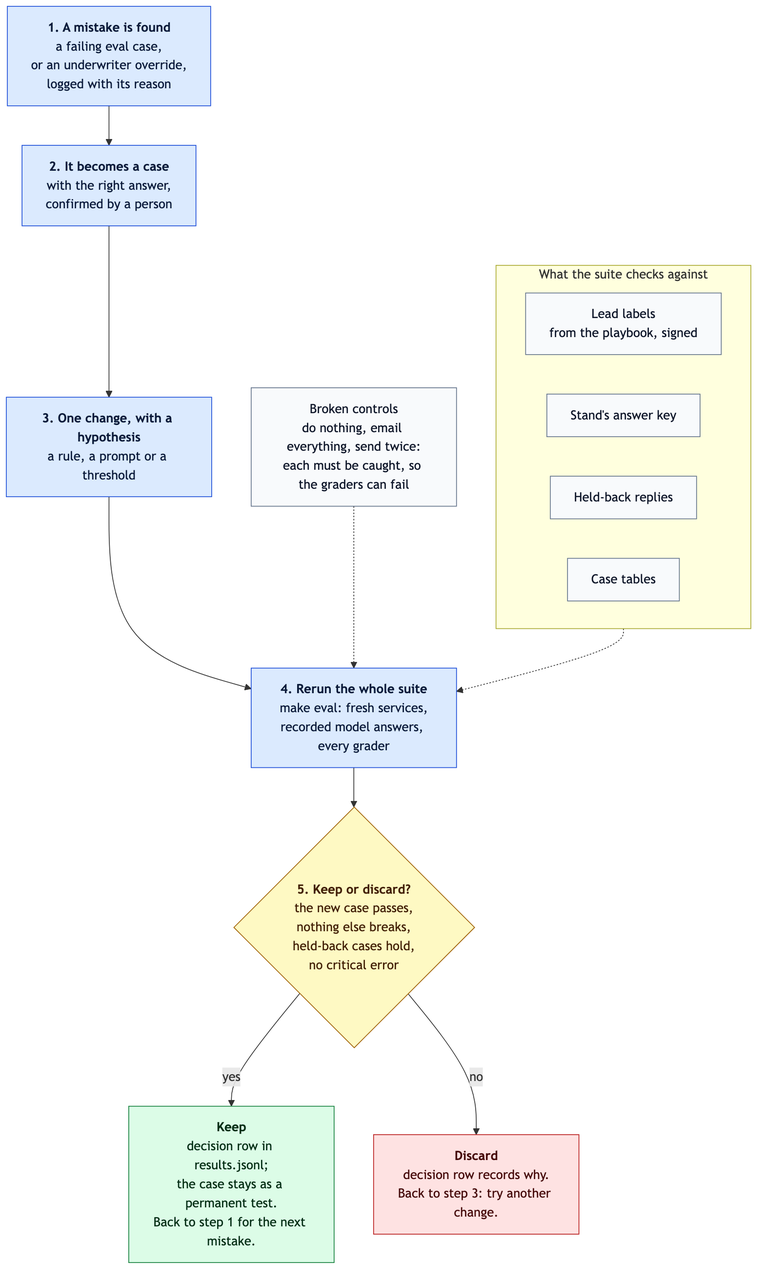
Earlier version of the Mermaid export docs/diagrams/03-eval-loop.png (bcornick/cornick-stand-takehome-assessment-submission). Its source is kept beside it as docs/diagrams/03-eval-loop.mmd. Source of this version:
```mermaid
flowchart TB
    M["<b>1. A mistake is found</b><br/>a failing eval case,<br/>or an underwriter override,<br/>logged with its reason"]
    C["<b>2. It becomes a case</b><br/>with the right answer,<br/>confirmed by a person"]
    H["<b>3. One change, with a hypothesis</b><br/>a rule, a prompt or a threshold"]
    R["<b>4. Rerun the whole suite</b><br/>make eval: fresh services,<br/>recorded model answers, every grader"]
    G{"<b>5. Keep or discard?</b><br/>the new case passes,<br/>nothing else breaks,<br/>held-back cases hold,<br/>no critical error"}
    K["<b>Keep</b><br/>decision row in results.jsonl;<br/>the case stays as a permanent test.<br/>Back to step 1 for the next mistake."]
    D["<b>Discard</b><br/>decision row records why.<br/>Back to step 3: try another change."]

    M --> C --> H --> R --> G
    G -- "yes" --> K
    G -- "no" --> D

    subgraph TRUTH["What the suite checks against"]
        direction LR
        L["Lead labels<br/>from the playbook, signed"]
        A["Stand's answer key"]
        HB["Held-back replies"]
        CT["Case tables"]
    end

    CTRL["Broken controls<br/>do nothing, email everything, send twice:<br/>each must be caught, so the graders can fail"]

    TRUTH -.-> R
    CTRL -.-> R

    classDef step fill:#dbeafe,stroke:#1d4ed8,color:#0b1b3a
    classDef gate fill:#fef9c3,stroke:#a16207,color:#422006
    classDef keep fill:#dcfce7,stroke:#15803d,color:#052e16
    classDef drop fill:#fee2e2,stroke:#b91c1c,color:#450a0a
    classDef truth fill:#f8fafc,stroke:#64748b,color:#0f172a
    class M,C,H,R step
    class G gate
    class K keep
    class D drop
    class L,A,HB,CT,CTRL truth
```
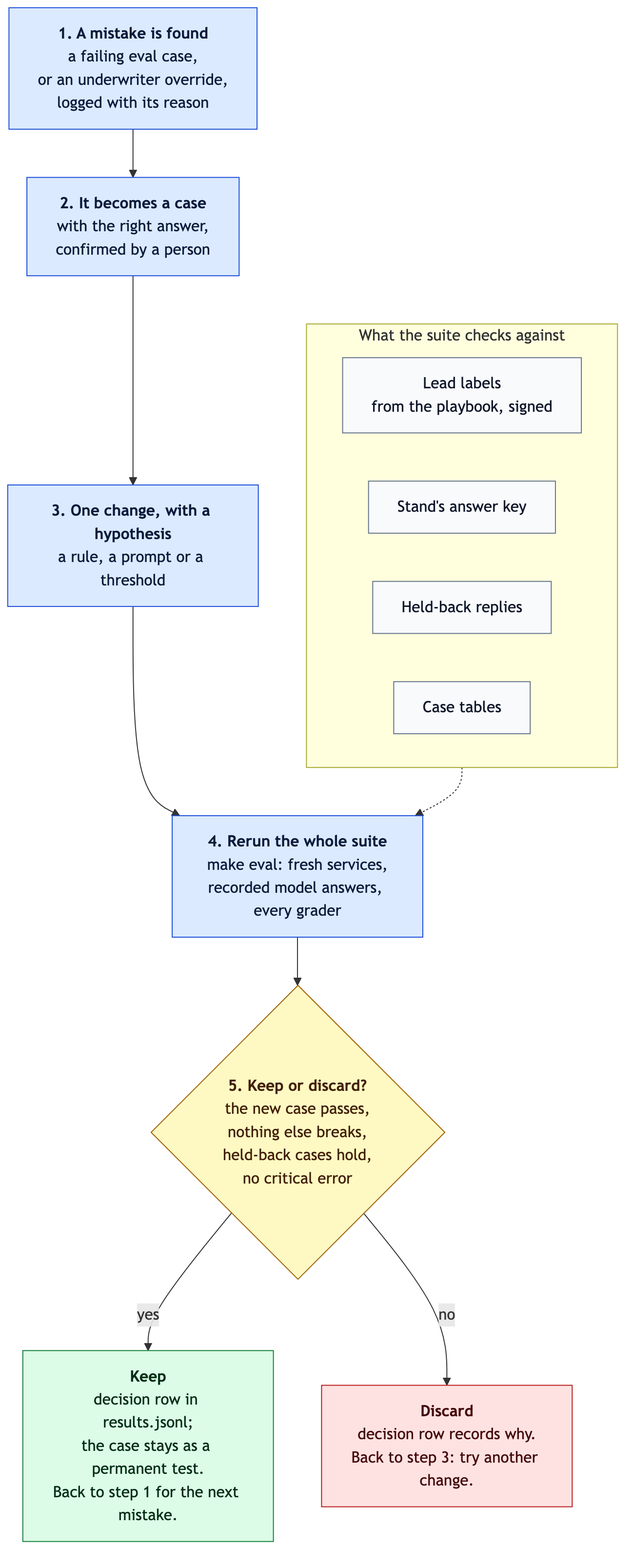
The same diagram one commit later.

Commit message:
CLAUDE-fable-5-1: the eval loop diagram drops the broken-controls box

Claude-Session: https://claude.ai/code/session_01FSociYJ6ckKxQyGa7RKebz

What changed in the source:
```diff
@@ -19,10 +19,7 @@
         CT["Case tables"]
     end
 
-    CTRL["Broken controls<br/>do nothing, email everything, send twice:<br/>each must be caught, so the graders can fail"]
-
     TRUTH -.-> R
-    CTRL -.-> R
 
     classDef step fill:#dbeafe,stroke:#1d4ed8,color:#0b1b3a
     classDef gate fill:#fef9c3,stroke:#a16207,color:#422006
@@ -33,4 +30,4 @@
     class G gate
     class K keep
     class D drop
-    class L,A,HB,CT,CTRL truth
+    class L,A,HB,CT truth
```
